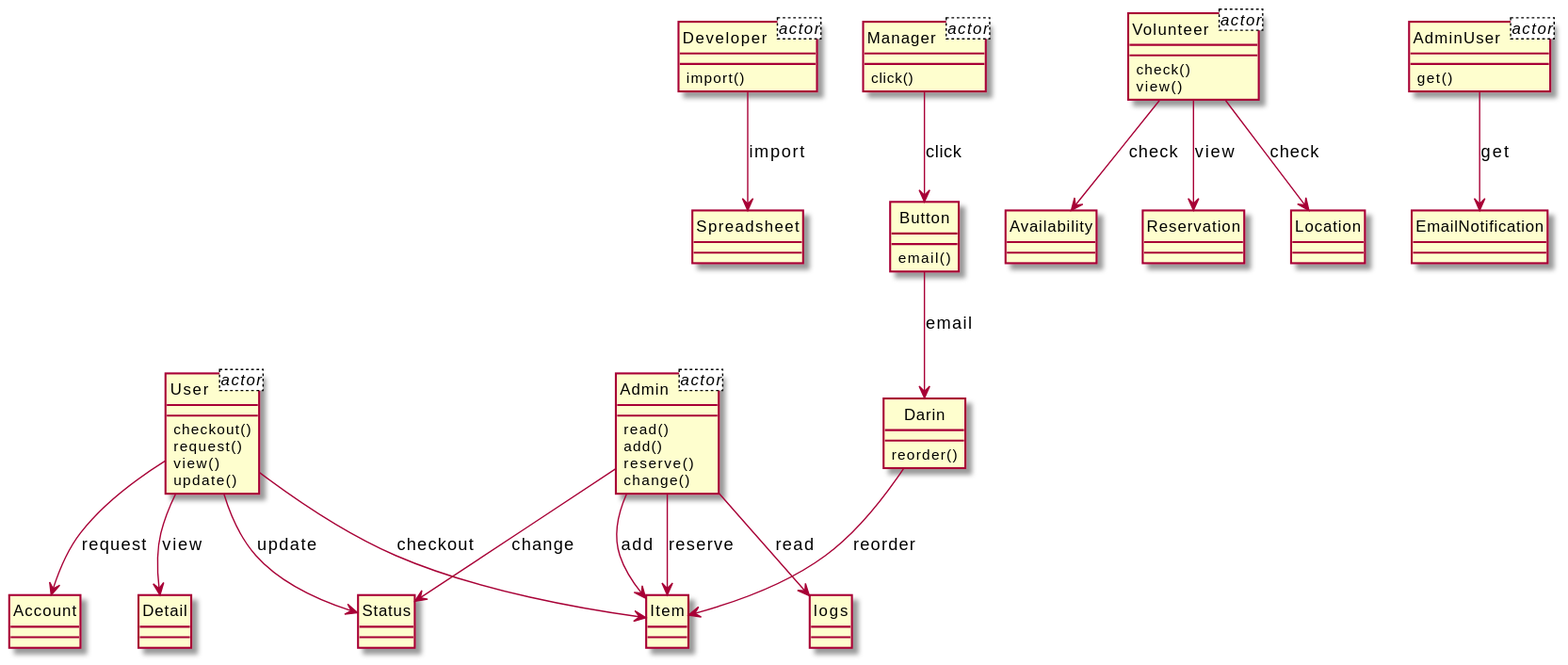
Before: output/diagram_5/2017-USC-Project02.svg, a diagram exported from PlantUML (xixixhalu/DomainModelExtractor).
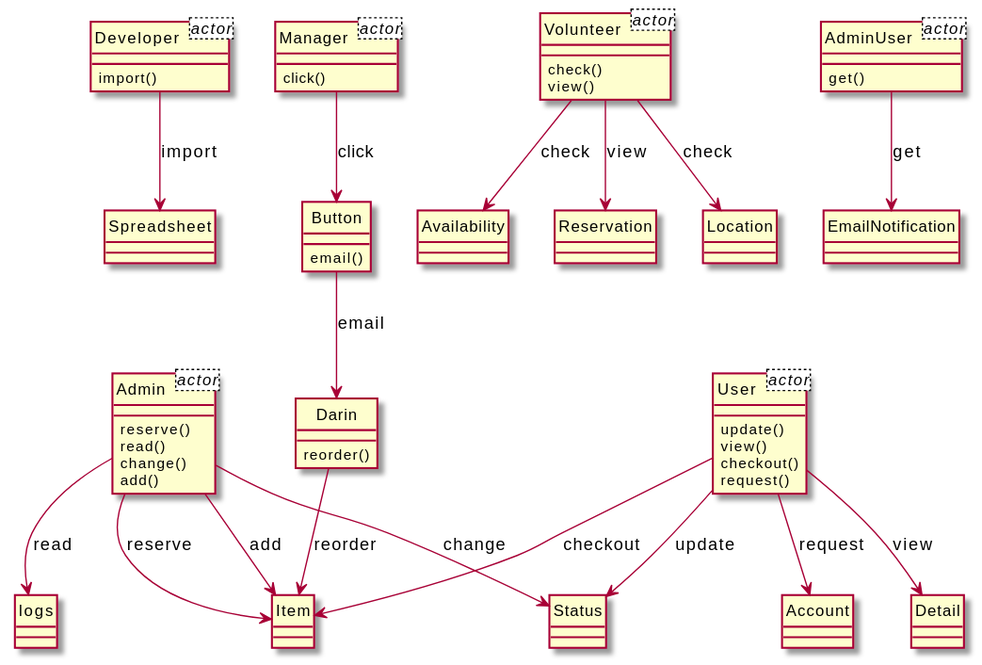
After the commit.

Change to the diagram source:
```diff
@@ -12,39 +12,10 @@
 }
 class AdminUser<actor> {
 }
-class Button {
-	email()
+class Developer {
+	import()
 }
-class Darin {
-	reorder()
-}
-class User {
-	checkout()
-	request()
-	view()
-	update()
-}
-class Account {
-}
-class Detail {
-}
-class Status {
-}
-class AdminUser {
-	get()
-}
-class EmailNotification {
-}
-class Manager {
-	click()
-}
-class Admin {
-	read()
-	add()
-	reserve()
-	change()
-}
-class logs {
+class Spreadsheet {
 }
 class Volunteer {
 	check()
@@ -52,31 +23,60 @@
 }
 class Availability {
 }
+class Admin {
+	reserve()
+	read()
+	change()
+	add()
+}
+class Status {
+}
+class Darin {
+	reorder()
+}
 class Item {
 }
-class Developer {
-	import()
+class Manager {
+	click()
 }
-class Spreadsheet {
+class Button {
+	email()
+}
+class User {
+	update()
+	view()
+	checkout()
+	request()
+}
+class AdminUser {
+	get()
+}
+class EmailNotification {
+}
+class Account {
 }
 class Reservation {
 }
 class Location {
 }
+class Detail {
+}
+class logs {
+}
+AdminUser --> EmailNotification : get
+Admin --> logs : read
+Volunteer --> Availability : check
+Volunteer --> Reservation : view
+Darin --> Item : reorder
 User --> Status : update
+User --> Account : request
+Button --> Darin : email
+Admin --> Item : reserve
+User --> Detail : view
+Developer --> Spreadsheet : import
+User --> Item : checkout
 Admin --> Item : add
-Manager --> Button : click
-Developer --> Spreadsheet : import
-User --> Account : request
-Volunteer --> Availability : check
 Volunteer --> Location : check
 Admin --> Status : change
-User --> Item : checkout
-AdminUser --> EmailNotification : get
-Admin --> Item : reserve
-User --> Detail : view
-Volunteer --> Reservation : view
-Button --> Darin : email
-Admin --> logs : read
-Darin --> Item : reorder
+Manager --> Button : click
 @enduml
```
